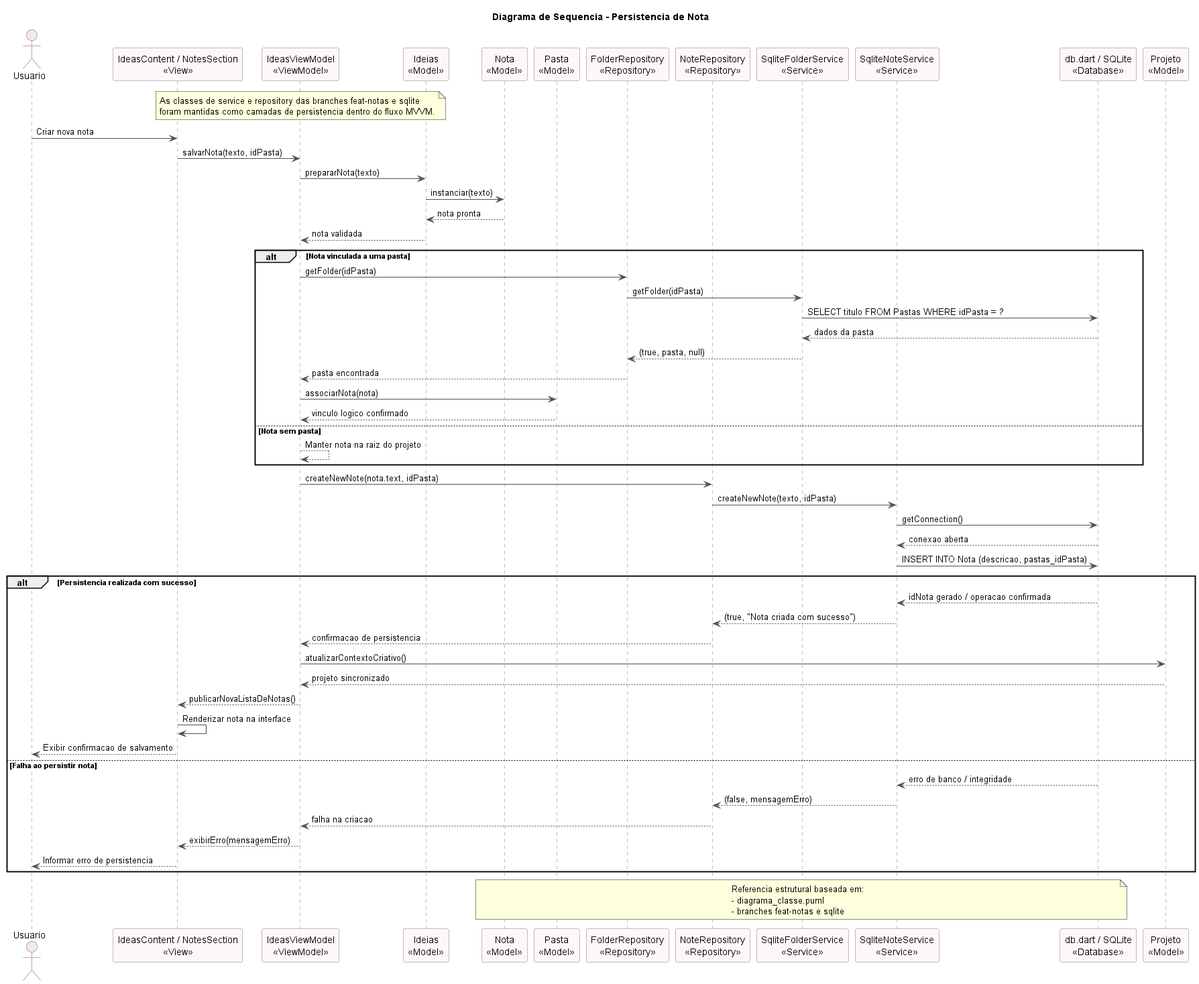
aspiringluke/Projeto-Integrado-Mobile keeps this PlantUML diagram as docs/casosUso/imagens/diagramas_sequencia/Diagrama de Sequencia - Persistencia de Nota.png. Above is the earlier version.
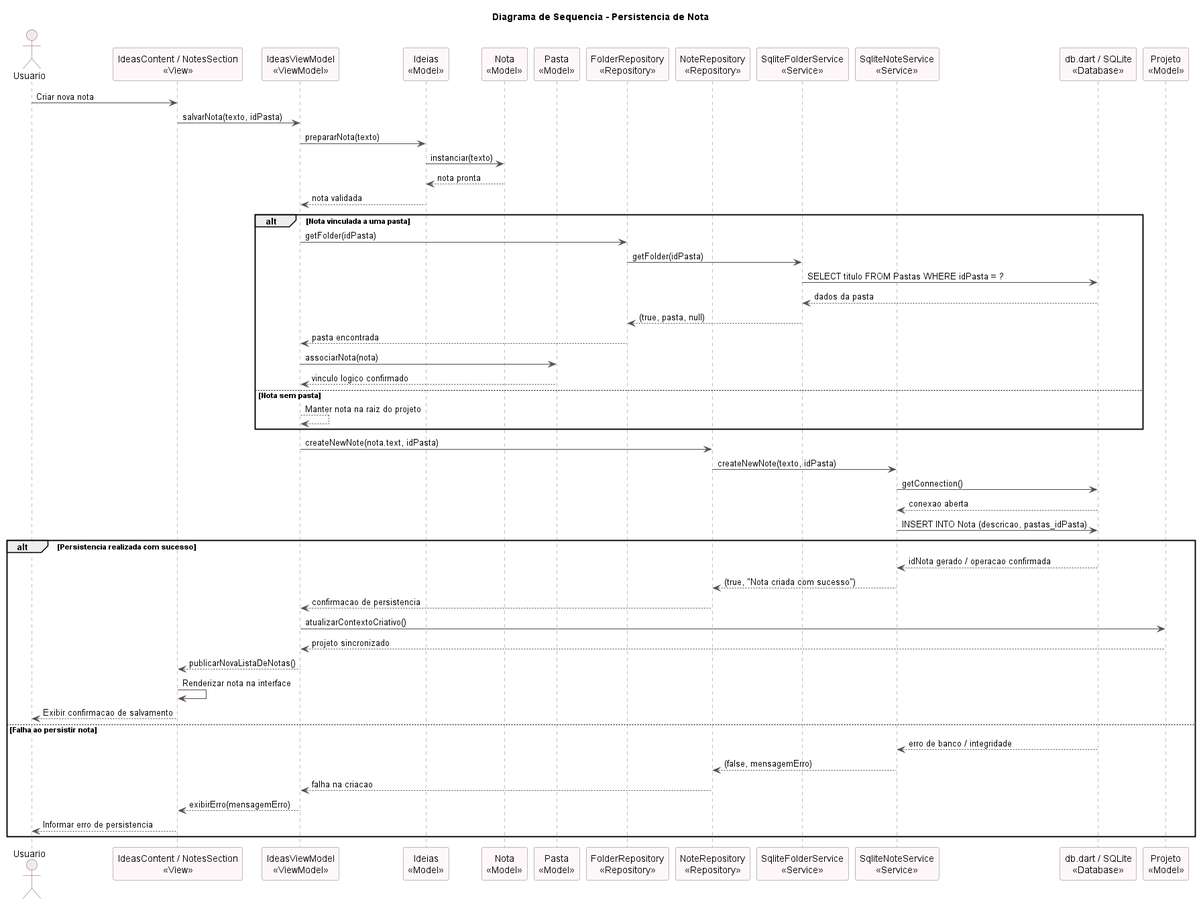
After the commit.

Commit message:
docs: Atualização dos diagramas de sequência, removendo notas desatualizadas

Change to the diagram source:
```diff
@@ -26,11 +26,6 @@
 participant "SqliteNoteService\n<<Service>>" as NoteService
 participant "db.dart / SQLite\n<<Database>>" as SQLiteDB
 participant "Projeto\n<<Model>>" as Projeto
-
-note over IdeasVM
-As classes de service e repository das branches feat-notas e sqlite
-foram mantidas como camadas de persistencia dentro do fluxo MVVM.
-end note
 
 Usuario -> NotesView: Criar nova nota
 NotesView -> IdeasVM: salvarNota(texto, idPasta)
@@ -78,10 +73,4 @@
     NotesView --> Usuario: Informar erro de persistencia
 end
 
-note over Nota,SQLiteDB
-Referencia estrutural baseada em:
-- diagrama_classe.puml
-- branches feat-notas e sqlite
-end note
-
 @enduml
```
